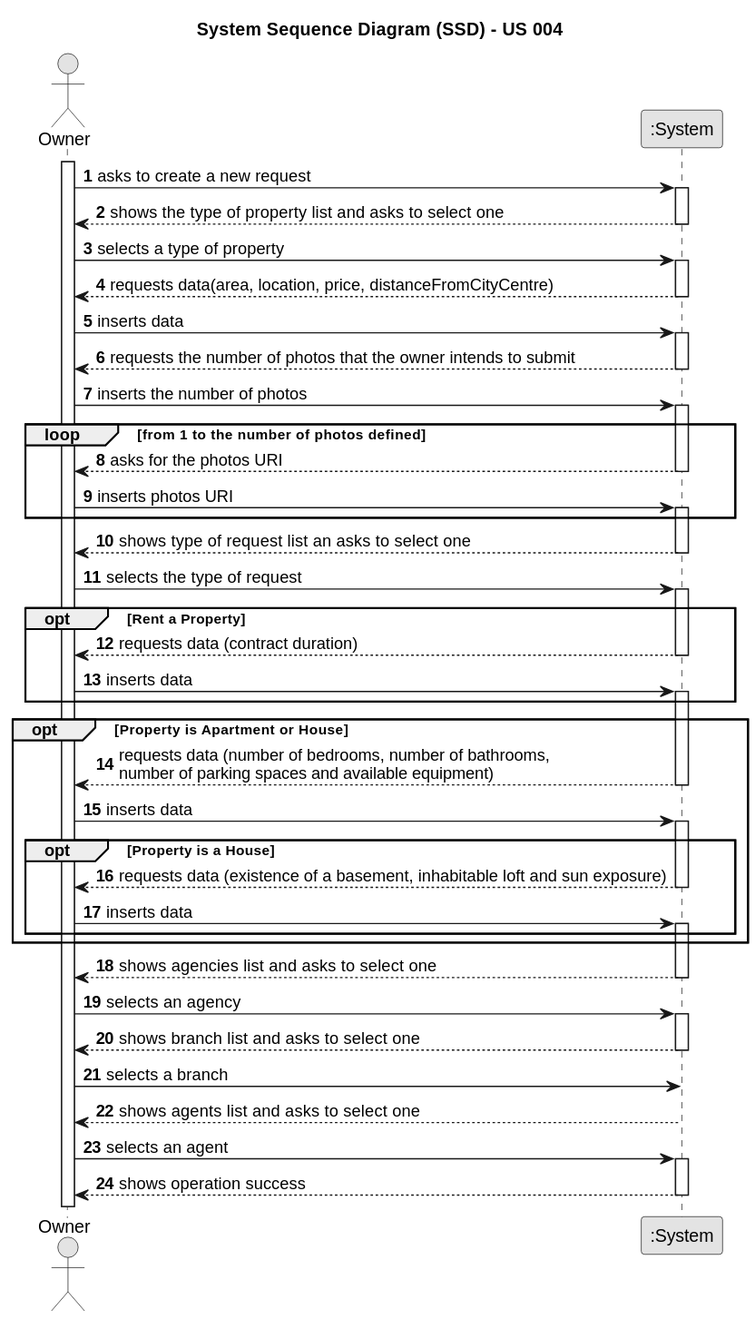
Before: docs/sprintB/us004/01.requirements-engineering/svg/us004-system-sequence-diagram.svg, a diagram exported from PlantUML (1220812/LAPR2). Its diagram source:
```plantuml
@startuml
skinparam monochrome true
skinparam packageStyle rectangle
skinparam shadowing false

title System Sequence Diagram (SSD) - US 004

autonumber

actor "Owner" as Owner
participant ":System" as System

activate Owner

    Owner -> System : asks to create a new request

    activate System

    System --> Owner : shows the type of property list and asks to select one

    deactivate System

    Owner -> System : selects a type of property

    activate System

    System --> Owner : requests data(area, location, price, distanceFromCityCentre)

    deactivate System

    Owner -> System : inserts data

    activate System

    System --> Owner : requests the number of photos that the owner intends to submit

    deactivate System

    Owner -> System : inserts the number of photos

    activate System

    loop from 1 to the number of photos defined

    System --> Owner : asks for the photos URI

    deactivate System

    Owner -> System : inserts photos URI

    activate System

    end

    System --> Owner : shows type of request list an asks to select one

    deactivate System

    Owner -> System : selects the type of request

    activate System

    opt Rent a Property

    System --> Owner : requests data (contract duration)

    deactivate System

    Owner -> System : inserts data

    activate System

    end

    opt Property is Apartment or House

    System --> Owner : requests data (number of bedrooms, number of bathrooms, \nnumber of parking spaces and available equipment)

    deactivate System

    Owner -> System : inserts data

    activate System

    opt Property is a House

    System --> Owner : requests data (existence of a basement, inhabitable loft and sun exposure)

    deactivate System

    Owner -> System : inserts data

    activate System

    end

    end

    System --> Owner : shows agencies list and asks to select one

    deactivate System

    Owner -> System : selects an agency

    activate System

    System --> Owner : shows branch list and asks to select one

    deactivate System

    Owner -> System : selects a branch

    System --> Owner : shows agents list and asks to select one

    deactivate System

    Owner -> System : selects an agent

    activate System

    System --> Owner : shows operation success

    deactivate System
@enduml
```
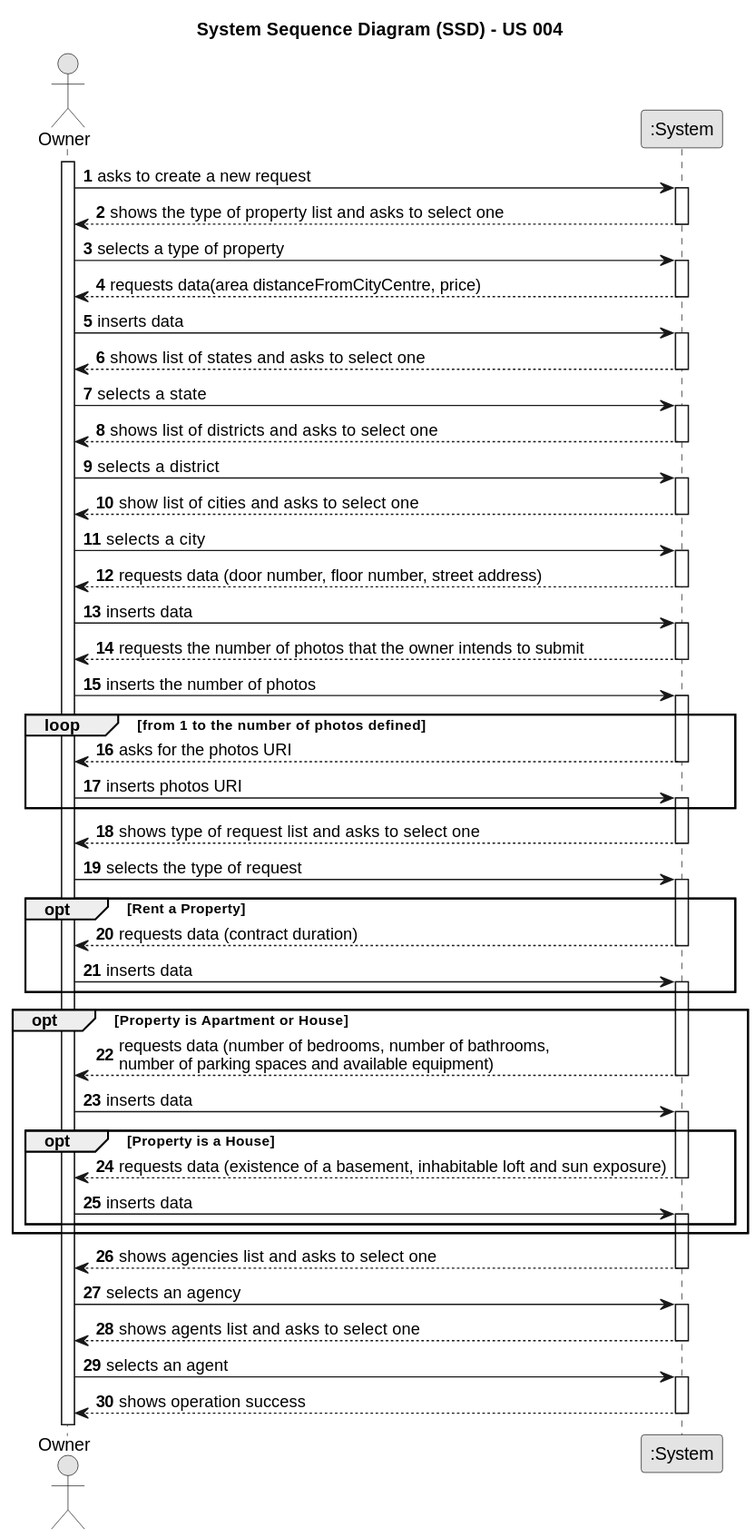
The same file after the commit.

Change to the diagram source:
```diff
@@ -24,7 +24,39 @@
 
     activate System
 
-    System --> Owner : requests data(area, location, price, distanceFromCityCentre)
+    System --> Owner : requests data(area distanceFromCityCentre, price)
+
+    deactivate System
+
+    Owner -> System : inserts data
+
+    activate System
+
+    System --> Owner : shows list of states and asks to select one
+
+    deactivate System
+
+    Owner -> System : selects a state
+
+    activate System
+
+    System --> Owner : shows list of districts and asks to select one
+
+    deactivate System
+
+    Owner -> System : selects a district
+
+    activate System
+
+    System --> Owner : show list of cities and asks to select one
+
+    deactivate System
+
+    Owner -> System : selects a city
+
+    activate System
+
+    System --> Owner : requests data (door number, floor number, street address)
 
     deactivate System
 
@@ -52,7 +84,7 @@
 
     end
 
-    System --> Owner : shows type of request list an asks to select one
+    System --> Owner : shows type of request list and asks to select one
 
     deactivate System
 
@@ -104,12 +136,6 @@
 
     activate System
 
-    System --> Owner : shows branch list and asks to select one
-
-    deactivate System
-
-    Owner -> System : selects a branch
-
     System --> Owner : shows agents list and asks to select one
 
     deactivate System
```
